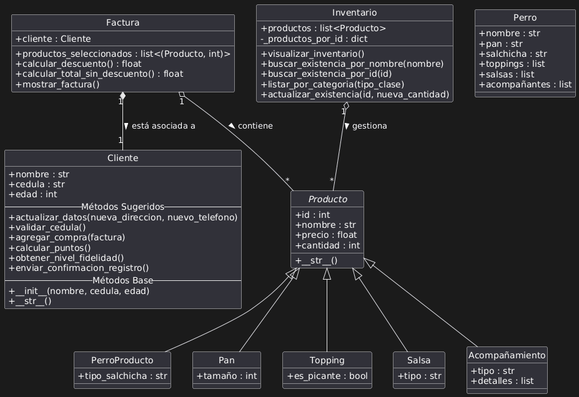
Earlier version of the PlantUML export DIAGRAMA DE CLASES.png (JP-1907/PROYECTO_ALGORITMOS).
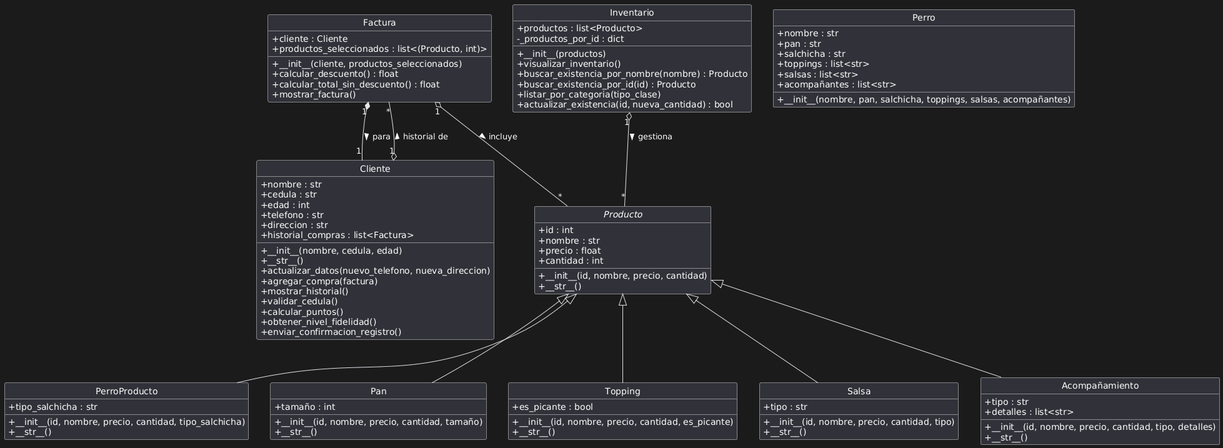
Later version of the same file.

The edit, as a diff of the source:
```diff
@@ -7,28 +7,45 @@
   + nombre : str
   + precio : float
   + cantidad : int
+  __
+  + __init__(id, nombre, precio, cantidad)
   + __str__()
 }
 
 class PerroProducto {
   + tipo_salchicha : str
+  __
+  + __init__(id, nombre, precio, cantidad, tipo_salchicha)
+  + __str__()
 }
 
 class Pan {
   + tamaño : int
+  __
+  + __init__(id, nombre, precio, cantidad, tamaño)
+  + __str__()
 }
 
 class Topping {
   + es_picante : bool
+  __
+  + __init__(id, nombre, precio, cantidad, es_picante)
+  + __str__()
 }
 
 class Salsa {
   + tipo : str
+  __
+  + __init__(id, nombre, precio, cantidad, tipo)
+  + __str__()
 }
 
 class Acompañamiento {
   + tipo : str
-  + detalles : list
+  + detalles : list<str>
+  __
+  + __init__(id, nombre, precio, cantidad, tipo, detalles)
+  + __str__()
 }
 
 Producto <|-- PerroProducto
@@ -41,30 +58,37 @@
   + nombre : str
   + cedula : str
   + edad : int
-  -- Métodos Sugeridos --
-  + actualizar_datos(nueva_direccion, nuevo_telefono)
+  + telefono : str
+  + direccion : str
+  + historial_compras : list<Factura>
+  __
+  + __init__(nombre, cedula, edad)
+  + __str__()
+  + actualizar_datos(nuevo_telefono, nueva_direccion)
+  + agregar_compra(factura)
+  + mostrar_historial()
   + validar_cedula()
-  + agregar_compra(factura)
   + calcular_puntos()
   + obtener_nivel_fidelidad()
   + enviar_confirmacion_registro()
-  -- Métodos Base --
-  + __init__(nombre, cedula, edad)
-  + __str__()
 }
 
 class Perro {
   + nombre : str
   + pan : str
   + salchicha : str
-  + toppings : list
-  + salsas : list
-  + acompañantes : list
+  + toppings : list<str>
+  + salsas : list<str>
+  + acompañantes : list<str>
+  __
+  + __init__(nombre, pan, salchicha, toppings, salsas, acompañantes)
 }
 
 class Factura {
   + cliente : Cliente
   + productos_seleccionados : list<(Producto, int)>
+  __
+  + __init__(cliente, productos_seleccionados)
   + calcular_descuento() : float
   + calcular_total_sin_descuento() : float
   + mostrar_factura()
@@ -73,17 +97,21 @@
 class Inventario {
   + productos : list<Producto>
   - _productos_por_id : dict
+  __
+  + __init__(productos)
   + visualizar_inventario()
-  + buscar_existencia_por_nombre(nombre)
-  + buscar_existencia_por_id(id)
+  + buscar_existencia_por_nombre(nombre) : Producto
+  + buscar_existencia_por_id(id) : Producto
   + listar_por_categoria(tipo_clase)
-  + actualizar_existencia(id, nueva_cantidad)
+  + actualizar_existencia(id, nueva_cantidad) : bool
 }
 
 
-Factura "1" *-- "1" Cliente : está asociada a >
+Factura "1" *-- "1" Cliente : para >
 
-Factura "1" o-- "*" Producto : contiene >
+Factura "1" o-- "*" Producto : incluye >
 
 Inventario "1" o-- "*" Producto : gestiona >
+
+Cliente "1" o-- "*" Factura : historial de >
 @enduml
```
